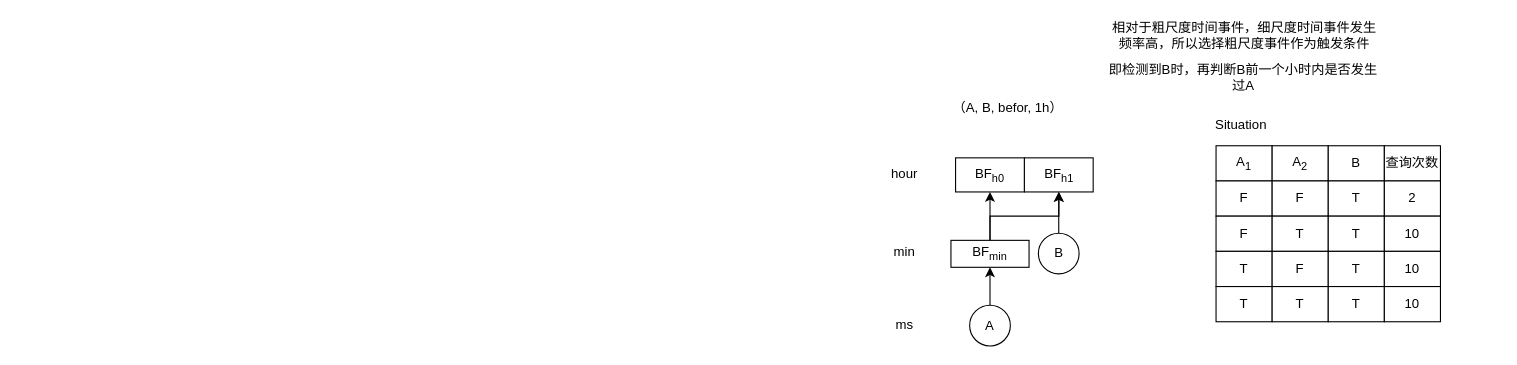
The draw.io diagram page "第 2 页" (2 of 2) of 整体系统架构.drawio in LiLiJacky/graphData, before the edit. Source tidied: cells renumbered, new cells numbered last; positions are measured from the earlier drawing's top-left corner, leaving out a move shared by most shapes. Both pictures are drawn from the tidied source at 110%, with x=0, y=0 at pixel (871, 19).
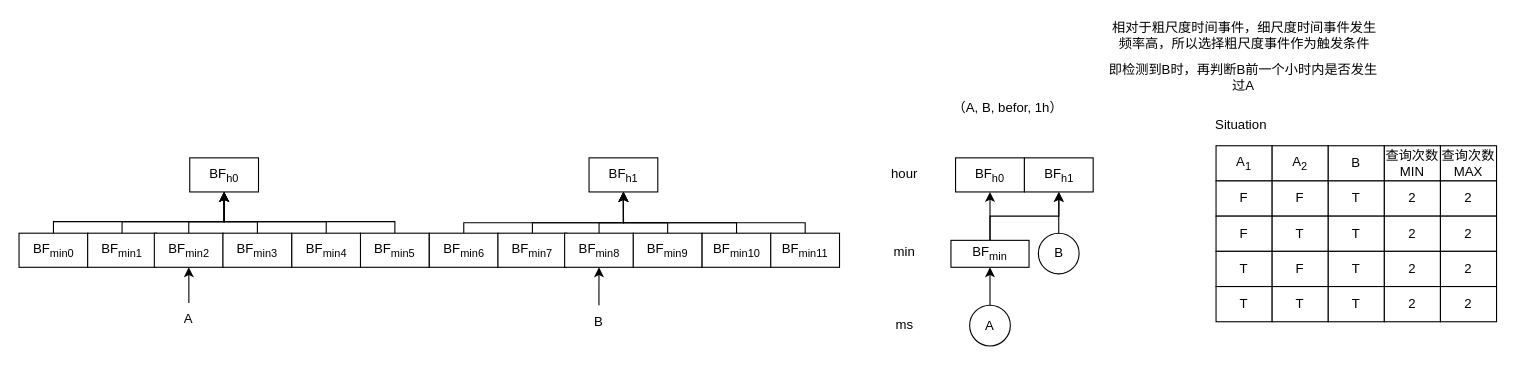
After the change.

Commit message:
更新整体系统架构.drawio

Diff of the diagram source:
```diff
@@
-    <mxCell id="21" value="查询次数" style="rounded=0;whiteSpace=wrap;html=1;" parent="1" vertex="1">
+    <mxCell id="21" value="查询次数MIN" style="rounded=0;whiteSpace=wrap;html=1;" parent="1" vertex="1">
       <mxGeometry x="466" y="115" width="51" height="32" as="geometry" />
     </mxCell>
@@
-    <mxCell id="29" value="10" style="rounded=0;whiteSpace=wrap;html=1;" parent="1" vertex="1">
+    <mxCell id="29" value="2" style="rounded=0;whiteSpace=wrap;html=1;" parent="1" vertex="1">
       <mxGeometry x="466" y="179" width="51" height="32" as="geometry" />
     </mxCell>
@@
-    <mxCell id="33" value="10" style="rounded=0;whiteSpace=wrap;html=1;" parent="1" vertex="1">
+    <mxCell id="33" value="2" style="rounded=0;whiteSpace=wrap;html=1;" parent="1" vertex="1">
       <mxGeometry x="466" y="211" width="51" height="32" as="geometry" />
     </mxCell>
@@
-    <mxCell id="37" value="10" style="rounded=0;whiteSpace=wrap;html=1;" parent="1" vertex="1">
+    <mxCell id="37" value="2" style="rounded=0;whiteSpace=wrap;html=1;" parent="1" vertex="1">
       <mxGeometry x="466" y="243" width="51" height="32" as="geometry" />
     </mxCell>
+    <mxCell id="38" value="BF&lt;sub&gt;h0&lt;/sub&gt;" style="whiteSpace=wrap;html=1;" parent="1" vertex="1">
+      <mxGeometry x="-620" y="126" width="62.5" height="31" as="geometry" />
+    </mxCell>
+    <mxCell id="39" value="BF&lt;sub&gt;h1&lt;/sub&gt;" style="whiteSpace=wrap;html=1;" parent="1" vertex="1">
+      <mxGeometry x="-257" y="126" width="62.5" height="31" as="geometry" />
+    </mxCell>
+    <mxCell id="40" style="edgeStyle=orthogonalEdgeStyle;rounded=0;jettySize=auto;html=1;entryX=0.5;entryY=1;entryDx=0;entryDy=0;" parent="1" edge="1" source="41" target="38">
+      <mxGeometry relative="1" as="geometry">
+        <Array as="points">
+          <mxPoint x="-744" y="184" />
+          <mxPoint x="-589" y="184" />
+        </Array>
+      </mxGeometry>
+    </mxCell>
+    <mxCell id="41" value="BF&lt;sub&gt;min0&lt;/sub&gt;" style="whiteSpace=wrap;html=1;" parent="1" vertex="1">
+      <mxGeometry x="-775.2" y="194.5" width="62.5" height="31" as="geometry" />
+    </mxCell>
+    <mxCell id="42" style="edgeStyle=orthogonalEdgeStyle;rounded=0;jettySize=auto;html=1;exitX=0.5;exitY=0;exitDx=0;exitDy=0;entryX=0.5;entryY=1;entryDx=0;entryDy=0;" parent="1" edge="1" source="43" target="38">
+      <mxGeometry relative="1" as="geometry">
+        <Array as="points">
+          <mxPoint x="-681" y="184" />
+          <mxPoint x="-589" y="184" />
+        </Array>
+      </mxGeometry>
+    </mxCell>
+    <mxCell id="43" value="BF&lt;sub&gt;min1&lt;/sub&gt;" style="whiteSpace=wrap;html=1;" parent="1" vertex="1">
+      <mxGeometry x="-712.8" y="194.5" width="62.5" height="31" as="geometry" />
+    </mxCell>
+    <mxCell id="44" style="edgeStyle=orthogonalEdgeStyle;rounded=0;jettySize=auto;html=1;entryX=0.5;entryY=1;entryDx=0;entryDy=0;" parent="1" edge="1" source="45" target="38">
+      <mxGeometry relative="1" as="geometry">
+        <Array as="points">
+          <mxPoint x="-621" y="184" />
+          <mxPoint x="-589" y="184" />
+        </Array>
+      </mxGeometry>
+    </mxCell>
+    <mxCell id="45" value="BF&lt;sub&gt;min2&lt;/sub&gt;" style="whiteSpace=wrap;html=1;" parent="1" vertex="1">
+      <mxGeometry x="-652.2" y="194.5" width="62.5" height="31" as="geometry" />
+    </mxCell>
+    <mxCell id="46" style="edgeStyle=orthogonalEdgeStyle;rounded=0;jettySize=auto;html=1;entryX=0.5;entryY=1;entryDx=0;entryDy=0;" parent="1" edge="1" source="47" target="38">
+      <mxGeometry relative="1" as="geometry">
+        <Array as="points">
+          <mxPoint x="-558" y="184" />
+          <mxPoint x="-589" y="184" />
+        </Array>
+      </mxGeometry>
+    </mxCell>
+    <mxCell id="47" value="BF&lt;sub&gt;min3&lt;/sub&gt;" style="whiteSpace=wrap;html=1;" parent="1" vertex="1">
+      <mxGeometry x="-589.8" y="194.5" width="62.5" height="31" as="geometry" />
+    </mxCell>
+    <mxCell id="48" style="edgeStyle=orthogonalEdgeStyle;rounded=0;jettySize=auto;html=1;entryX=0.5;entryY=1;entryDx=0;entryDy=0;exitX=0.5;exitY=0;exitDx=0;exitDy=0;" parent="1" edge="1" source="49" target="38">
+      <mxGeometry relative="1" as="geometry">
+        <Array as="points">
+          <mxPoint x="-496" y="184" />
+          <mxPoint x="-589" y="184" />
+        </Array>
+      </mxGeometry>
+    </mxCell>
+    <mxCell id="49" value="BF&lt;sub&gt;min4&lt;/sub&gt;" style="whiteSpace=wrap;html=1;" parent="1" vertex="1">
+      <mxGeometry x="-527.2" y="194.5" width="62.5" height="31" as="geometry" />
+    </mxCell>
+    <mxCell id="50" style="edgeStyle=orthogonalEdgeStyle;rounded=0;jettySize=auto;html=1;exitX=0.5;exitY=0;exitDx=0;exitDy=0;entryX=0.5;entryY=1;entryDx=0;entryDy=0;" parent="1" edge="1" source="51" target="38">
+      <mxGeometry relative="1" as="geometry">
+        <Array as="points">
+          <mxPoint x="-433" y="184" />
+          <mxPoint x="-589" y="184" />
+        </Array>
+      </mxGeometry>
+    </mxCell>
+    <mxCell id="51" value="BF&lt;sub&gt;min5&lt;/sub&gt;" style="whiteSpace=wrap;html=1;" parent="1" vertex="1">
+      <mxGeometry x="-464.8" y="194.5" width="62.5" height="31" as="geometry" />
+    </mxCell>
+    <mxCell id="52" style="edgeStyle=orthogonalEdgeStyle;rounded=0;jettySize=auto;html=1;entryX=0.5;entryY=1;entryDx=0;entryDy=0;" parent="1" edge="1" source="53" target="39">
+      <mxGeometry relative="1" as="geometry">
+        <Array as="points">
+          <mxPoint x="-371" y="185" />
+          <mxPoint x="-226" y="185" />
+        </Array>
+      </mxGeometry>
+    </mxCell>
+    <mxCell id="53" value="BF&lt;sub&gt;min6&lt;/sub&gt;" style="whiteSpace=wrap;html=1;" parent="1" vertex="1">
+      <mxGeometry x="-402.2" y="194.5" width="62.5" height="31" as="geometry" />
+    </mxCell>
+    <mxCell id="54" style="edgeStyle=orthogonalEdgeStyle;rounded=0;jettySize=auto;html=1;entryX=0.5;entryY=1;entryDx=0;entryDy=0;" parent="1" edge="1" source="55" target="39">
+      <mxGeometry relative="1" as="geometry">
+        <Array as="points">
+          <mxPoint x="-308" y="185" />
+          <mxPoint x="-226" y="185" />
+        </Array>
+      </mxGeometry>
+    </mxCell>
+    <mxCell id="55" value="BF&lt;sub&gt;min7&lt;/sub&gt;" style="whiteSpace=wrap;html=1;" parent="1" vertex="1">
+      <mxGeometry x="-339.8" y="194.5" width="62.5" height="31" as="geometry" />
+    </mxCell>
+    <mxCell id="56" style="edgeStyle=orthogonalEdgeStyle;rounded=0;jettySize=auto;html=1;entryX=0.5;entryY=1;entryDx=0;entryDy=0;" parent="1" edge="1" source="57" target="39">
+      <mxGeometry relative="1" as="geometry">
+        <Array as="points">
+          <mxPoint x="-248" y="185" />
+          <mxPoint x="-226" y="185" />
+        </Array>
+      </mxGeometry>
+    </mxCell>
+    <mxCell id="57" value="BF&lt;sub&gt;min8&lt;/sub&gt;" style="whiteSpace=wrap;html=1;" parent="1" vertex="1">
+      <mxGeometry x="-279.2" y="194.5" width="62.5" height="31" as="geometry" />
+    </mxCell>
+    <mxCell id="58" style="edgeStyle=orthogonalEdgeStyle;rounded=0;jettySize=auto;html=1;exitX=0.5;exitY=0;exitDx=0;exitDy=0;entryX=0.5;entryY=1;entryDx=0;entryDy=0;" parent="1" edge="1" source="59" target="39">
+      <mxGeometry relative="1" as="geometry">
+        <Array as="points">
+          <mxPoint x="-186" y="185" />
+          <mxPoint x="-226" y="185" />
+        </Array>
+      </mxGeometry>
+    </mxCell>
+    <mxCell id="59" value="BF&lt;sub&gt;min9&lt;/sub&gt;" style="whiteSpace=wrap;html=1;" parent="1" vertex="1">
+      <mxGeometry x="-216.8" y="194.5" width="62.5" height="31" as="geometry" />
+    </mxCell>
+    <mxCell id="60" style="edgeStyle=orthogonalEdgeStyle;rounded=0;jettySize=auto;html=1;entryX=0.5;entryY=1;entryDx=0;entryDy=0;" parent="1" edge="1" source="61" target="39">
+      <mxGeometry relative="1" as="geometry">
+        <Array as="points">
+          <mxPoint x="-123" y="185" />
+          <mxPoint x="-226" y="185" />
+        </Array>
+      </mxGeometry>
+    </mxCell>
+    <mxCell id="61" value="BF&lt;sub&gt;min10&lt;/sub&gt;" style="whiteSpace=wrap;html=1;" parent="1" vertex="1">
+      <mxGeometry x="-154.2" y="194.5" width="62.5" height="31" as="geometry" />
+    </mxCell>
+    <mxCell id="62" style="edgeStyle=orthogonalEdgeStyle;rounded=0;jettySize=auto;html=1;entryX=0.5;entryY=1;entryDx=0;entryDy=0;" parent="1" edge="1" source="63" target="39">
+      <mxGeometry relative="1" as="geometry">
+        <Array as="points">
+          <mxPoint x="-60" y="185" />
+          <mxPoint x="-226" y="185" />
+        </Array>
+      </mxGeometry>
+    </mxCell>
+    <mxCell id="63" value="BF&lt;sub&gt;min11&lt;/sub&gt;" style="whiteSpace=wrap;html=1;" parent="1" vertex="1">
+      <mxGeometry x="-91.8" y="194.5" width="62.5" height="31" as="geometry" />
+    </mxCell>
+    <mxCell id="64" value="查询次数MAX" style="rounded=0;whiteSpace=wrap;html=1;" parent="1" vertex="1">
+      <mxGeometry x="517" y="115" width="51" height="32" as="geometry" />
+    </mxCell>
+    <mxCell id="65" value="2" style="rounded=0;whiteSpace=wrap;html=1;" parent="1" vertex="1">
+      <mxGeometry x="517" y="147" width="51" height="32" as="geometry" />
+    </mxCell>
+    <mxCell id="66" value="2" style="rounded=0;whiteSpace=wrap;html=1;" parent="1" vertex="1">
+      <mxGeometry x="517" y="179" width="51" height="32" as="geometry" />
+    </mxCell>
+    <mxCell id="67" value="2" style="rounded=0;whiteSpace=wrap;html=1;" parent="1" vertex="1">
+      <mxGeometry x="517" y="211" width="51" height="32" as="geometry" />
+    </mxCell>
+    <mxCell id="68" value="2" style="rounded=0;whiteSpace=wrap;html=1;" parent="1" vertex="1">
+      <mxGeometry x="517" y="243" width="51" height="32" as="geometry" />
+    </mxCell>
+    <mxCell id="69" style="edgeStyle=orthogonalEdgeStyle;rounded=0;jettySize=auto;html=1;entryX=0.5;entryY=1;entryDx=0;entryDy=0;" parent="1" edge="1" source="70" target="57">
+      <mxGeometry relative="1" as="geometry" />
+    </mxCell>
+    <mxCell id="70" value="B" style="text;html=1;strokeColor=none;fillColor=none;align=center;verticalAlign=middle;whiteSpace=wrap;rounded=0;" parent="1" vertex="1">
+      <mxGeometry x="-278" y="260" width="60" height="30" as="geometry" />
+    </mxCell>
+    <mxCell id="71" style="edgeStyle=orthogonalEdgeStyle;rounded=0;jettySize=auto;html=1;" parent="1" edge="1" source="72" target="45">
+      <mxGeometry relative="1" as="geometry" />
+    </mxCell>
+    <mxCell id="72" value="A" style="text;html=1;strokeColor=none;fillColor=none;align=center;verticalAlign=middle;whiteSpace=wrap;rounded=0;" parent="1" vertex="1">
+      <mxGeometry x="-650.8" y="258" width="60" height="30" as="geometry" />
+    </mxCell>
```
